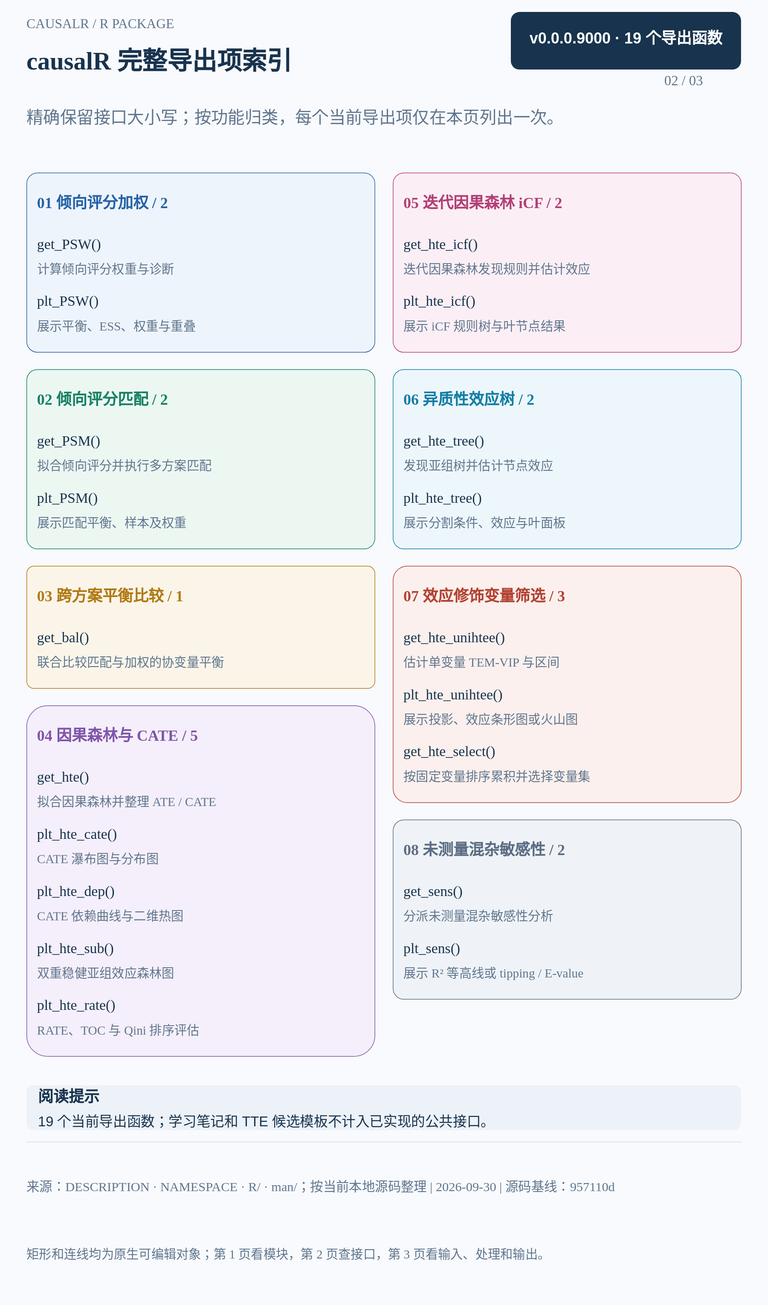
Before: assets/module-maps/causalr/causalr-package-mindmap-p2.drawio.svg, a diagram exported from draw.io (HUI950319/Rnotes). Source tidied: cells renumbered, new cells last; positions are measured from the earlier drawing's top-left corner, leaving out a move shared by most shapes.
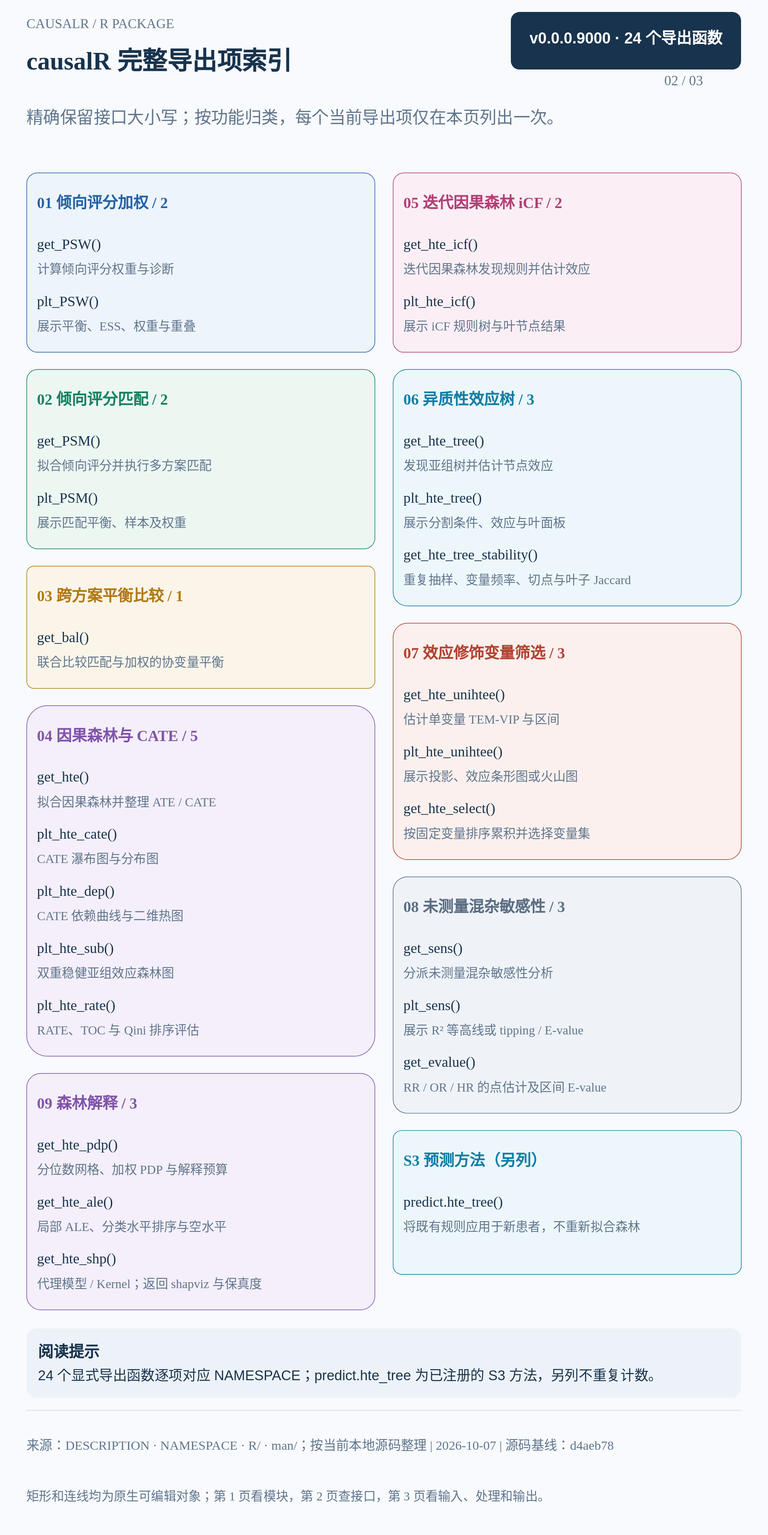
Later version of the same file.

What changed in the source:
```diff
@@ -3,7 +3,7 @@
     <mxCell id="0" />
     <mxCell id="1" parent="0" />
     <mxCell id="2" style="whiteSpace=wrap;html=1;fontFamily=Microsoft YaHei;overflow=hidden;fillColor=#F8FAFD;strokeColor=none;" parent="1" vertex="1">
-      <mxGeometry width="1600" height="2720" as="geometry" />
+      <mxGeometry width="1600" height="3200" as="geometry" />
     </mxCell>
     <mxCell id="3" value="CAUSALR / R PACKAGE" style="whiteSpace=wrap;html=1;fontFamily=Microsoft YaHei;overflow=hidden;text;fillColor=none;strokeColor=none;align=left;verticalAlign=middle;fontSize=28;fontColor=#60758D;fontStyle=0;spacing=0;" parent="1" vertex="1">
       <mxGeometry x="55" y="25" width="1490" height="48" as="geometry" />
@@ -14,20 +14,20 @@
     <mxCell id="5" value="精确保留接口大小写；按功能归类，每个当前导出项仅在本页列出一次。" style="whiteSpace=wrap;html=1;fontFamily=Microsoft YaHei;overflow=hidden;text;fillColor=none;strokeColor=none;align=left;verticalAlign=middle;fontSize=35;fontColor=#60758D;fontStyle=0;spacing=0;" parent="1" vertex="1">
       <mxGeometry x="55" y="190" width="1490" height="110" as="geometry" />
     </mxCell>
-    <mxCell id="6" value="&lt;div style=&quot;overflow-wrap:anywhere;font-family:Microsoft YaHei,Arial;line-height:1.35;color:#FFFFFF&quot;&gt;&lt;div style=&quot;font-size:32px;font-weight:700;margin-bottom:10px&quot;&gt;v0.0.0.9000 · 19 个导出函数&lt;/div&gt;&lt;/div&gt;" style="whiteSpace=wrap;html=1;fontFamily=Microsoft YaHei;overflow=hidden;rounded=1;arcSize=15;fillColor=#18334D;strokeColor=none;fontColor=#FFFFFF;align=center;" parent="1" vertex="1">
+    <mxCell id="6" value="&lt;div style=&quot;overflow-wrap:anywhere;font-family:Microsoft YaHei,Arial;line-height:1.35;color:#FFFFFF&quot;&gt;&lt;div style=&quot;font-size:32px;font-weight:700;margin-bottom:10px&quot;&gt;v0.0.0.9000 · 24 个导出函数&lt;/div&gt;&lt;/div&gt;" style="whiteSpace=wrap;html=1;fontFamily=Microsoft YaHei;overflow=hidden;rounded=1;arcSize=15;fillColor=#18334D;strokeColor=none;fontColor=#FFFFFF;align=center;" parent="1" vertex="1">
       <mxGeometry x="1065" y="25" width="480" height="120" as="geometry" />
     </mxCell>
     <mxCell id="7" value="02 / 03" style="whiteSpace=wrap;html=1;fontFamily=Microsoft YaHei;overflow=hidden;text;fillColor=none;strokeColor=none;align=left;verticalAlign=middle;fontSize=29;fontColor=#60758D;fontStyle=0;spacing=0;" parent="1" vertex="1">
       <mxGeometry x="1385" y="145" width="160" height="46" as="geometry" />
     </mxCell>
     <mxCell id="8" style="whiteSpace=wrap;html=1;fontFamily=Microsoft YaHei;overflow=hidden;fillColor=#DCE5EF;strokeColor=none;" parent="1" vertex="1">
-      <mxGeometry x="55" y="2380" width="1490" height="2" as="geometry" />
+      <mxGeometry x="55" y="2940" width="1490" height="2" as="geometry" />
     </mxCell>
-    <mxCell id="9" value="来源：DESCRIPTION · NAMESPACE · R/ · man/；按当前本地源码整理 | 2026-09-30 | 源码基线：957110d" style="whiteSpace=wrap;html=1;fontFamily=Microsoft YaHei;overflow=hidden;text;fillColor=none;strokeColor=none;align=left;verticalAlign=middle;fontSize=27;fontColor=#60758D;fontStyle=0;spacing=0;" parent="1" vertex="1">
-      <mxGeometry x="55" y="2406" width="1490" height="138" as="geometry" />
+    <mxCell id="9" value="来源：DESCRIPTION · NAMESPACE · R/ · man/；按当前本地源码整理 | 2026-10-07 | 源码基线：d4aeb78" style="whiteSpace=wrap;html=1;fontFamily=Microsoft YaHei;overflow=hidden;text;fillColor=none;strokeColor=none;align=left;verticalAlign=middle;fontSize=27;fontColor=#60758D;fontStyle=0;spacing=0;" parent="1" vertex="1">
+      <mxGeometry x="55" y="2966" width="1490" height="95" as="geometry" />
     </mxCell>
     <mxCell id="10" value="矩形和连线均为原生可编辑对象；第 1 页看模块，第 2 页查接口，第 3 页看输入、处理和输出。" style="whiteSpace=wrap;html=1;fontFamily=Microsoft YaHei;overflow=hidden;text;fillColor=none;strokeColor=none;align=left;verticalAlign=middle;fontSize=26;fontColor=#60758D;fontStyle=0;spacing=0;" parent="1" vertex="1">
-      <mxGeometry x="55" y="2568" width="1490" height="93" as="geometry" />
+      <mxGeometry x="55" y="3085" width="1490" height="70" as="geometry" />
     </mxCell>
     <mxCell id="11" style="whiteSpace=wrap;html=1;fontFamily=Microsoft YaHei;overflow=hidden;rounded=1;arcSize=6;fillColor=#EEF4FC;strokeColor=#2563A6;strokeWidth=1.3;" parent="1" vertex="1">
       <mxGeometry x="55" y="360" width="726" height="374" as="geometry" />
@@ -132,9 +132,9 @@
       <mxGeometry x="22" y="297" width="682" height="45" as="geometry" />
     </mxCell>
     <mxCell id="45" style="whiteSpace=wrap;html=1;fontFamily=Microsoft YaHei;overflow=hidden;rounded=1;arcSize=6;fillColor=#EDF7FB;strokeColor=#117DA4;strokeWidth=1.3;" parent="1" vertex="1">
-      <mxGeometry x="819" y="770" width="726" height="374" as="geometry" />
+      <mxGeometry x="819" y="770" width="726" height="493" as="geometry" />
     </mxCell>
-    <mxCell id="46" value="&lt;div style=&quot;line-height:1.3;overflow-wrap:anywhere&quot;&gt;06 异质性效应树 / 2&lt;/div&gt;" style="whiteSpace=wrap;html=1;fontFamily=Microsoft YaHei;overflow=hidden;text;fillColor=none;strokeColor=none;align=left;verticalAlign=middle;fontColor=#117DA4;fontStyle=1;spacing=0;fontSize=32;" parent="45" vertex="1">
+    <mxCell id="46" value="&lt;div style=&quot;line-height:1.3;overflow-wrap:anywhere&quot;&gt;06 异质性效应树 / 3&lt;/div&gt;" style="whiteSpace=wrap;html=1;fontFamily=Microsoft YaHei;overflow=hidden;text;fillColor=none;strokeColor=none;align=left;verticalAlign=middle;fontColor=#117DA4;fontStyle=1;spacing=0;fontSize=32;" parent="45" vertex="1">
       <mxGeometry x="22" y="22" width="682" height="82" as="geometry" />
     </mxCell>
     <mxCell id="47" value="&lt;div style=&quot;line-height:1.3;overflow-wrap:anywhere&quot;&gt;get_hte_tree()&lt;/div&gt;" style="whiteSpace=wrap;html=1;fontFamily=Microsoft YaHei;overflow=hidden;text;fillColor=none;strokeColor=none;align=left;fontFamily=Consolas;fontColor=#18334D;spacing=0;fontSize=30;" parent="45" vertex="1">
@@ -149,8 +149,14 @@
     <mxCell id="50" value="&lt;div style=&quot;line-height:1.3;overflow-wrap:anywhere&quot;&gt;展示分割条件、效应与叶面板&lt;/div&gt;" style="whiteSpace=wrap;html=1;fontFamily=Microsoft YaHei;overflow=hidden;text;fillColor=none;strokeColor=none;align=left;verticalAlign=middle;fontColor=#60758D;fontStyle=0;spacing=0;fontSize=26;" parent="45" vertex="1">
       <mxGeometry x="22" y="297" width="682" height="45" as="geometry" />
     </mxCell>
+    <mxCell id="66" value="&lt;div style=&quot;line-height:1.3;overflow-wrap:anywhere&quot;&gt;get_hte_tree_stability()&lt;/div&gt;" style="whiteSpace=wrap;html=1;fontFamily=Microsoft YaHei;overflow=hidden;text;fillColor=none;strokeColor=none;align=left;fontFamily=Consolas;fontColor=#18334D;spacing=0;fontSize=30;" parent="45" vertex="1">
+      <mxGeometry x="22" y="362" width="682" height="50" as="geometry" />
+    </mxCell>
+    <mxCell id="67" value="&lt;div style=&quot;line-height:1.3;overflow-wrap:anywhere&quot;&gt;重复抽样、变量频率、切点与叶子 Jaccard&lt;/div&gt;" style="whiteSpace=wrap;html=1;fontFamily=Microsoft YaHei;overflow=hidden;text;fillColor=none;strokeColor=none;align=left;verticalAlign=middle;fontColor=#60758D;fontStyle=0;spacing=0;fontSize=26;" parent="45" vertex="1">
+      <mxGeometry x="22" y="416" width="682" height="45" as="geometry" />
+    </mxCell>
     <mxCell id="51" style="whiteSpace=wrap;html=1;fontFamily=Microsoft YaHei;overflow=hidden;rounded=1;arcSize=6;fillColor=#FBF0ED;strokeColor=#B34232;strokeWidth=1.3;" parent="1" vertex="1">
-      <mxGeometry x="819" y="1180" width="726" height="493" as="geometry" />
+      <mxGeometry x="819" y="1299" width="726" height="493" as="geometry" />
     </mxCell>
     <mxCell id="52" value="&lt;div style=&quot;line-height:1.3;overflow-wrap:anywhere&quot;&gt;07 效应修饰变量筛选 / 3&lt;/div&gt;" style="whiteSpace=wrap;html=1;fontFamily=Microsoft YaHei;overflow=hidden;text;fillColor=none;strokeColor=none;align=left;verticalAlign=middle;fontColor=#B34232;fontStyle=1;spacing=0;fontSize=32;" parent="51" vertex="1">
       <mxGeometry x="22" y="22" width="682" height="82" as="geometry" />
@@ -174,9 +180,9 @@
       <mxGeometry x="22" y="416" width="682" height="45" as="geometry" />
     </mxCell>
     <mxCell id="59" style="whiteSpace=wrap;html=1;fontFamily=Microsoft YaHei;overflow=hidden;rounded=1;arcSize=6;fillColor=#EFF3F7;strokeColor=#5C6D83;strokeWidth=1.3;" parent="1" vertex="1">
-      <mxGeometry x="819" y="1709" width="726" height="374" as="geometry" />
+      <mxGeometry x="819" y="1828" width="726" height="493" as="geometry" />
     </mxCell>
-    <mxCell id="60" value="&lt;div style=&quot;line-height:1.3;overflow-wrap:anywhere&quot;&gt;08 未测量混杂敏感性 / 2&lt;/div&gt;" style="whiteSpace=wrap;html=1;fontFamily=Microsoft YaHei;overflow=hidden;text;fillColor=none;strokeColor=none;align=left;verticalAlign=middle;fontColor=#5C6D83;fontStyle=1;spacing=0;fontSize=32;" parent="59" vertex="1">
+    <mxCell id="60" value="&lt;div style=&quot;line-height:1.3;overflow-wrap:anywhere&quot;&gt;08 未测量混杂敏感性 / 3&lt;/div&gt;" style="whiteSpace=wrap;html=1;fontFamily=Microsoft YaHei;overflow=hidden;text;fillColor=none;strokeColor=none;align=left;verticalAlign=middle;fontColor=#5C6D83;fontStyle=1;spacing=0;fontSize=32;" parent="59" vertex="1">
       <mxGeometry x="22" y="22" width="682" height="82" as="geometry" />
     </mxCell>
     <mxCell id="61" value="&lt;div style=&quot;line-height:1.3;overflow-wrap:anywhere&quot;&gt;get_sens()&lt;/div&gt;" style="whiteSpace=wrap;html=1;fontFamily=Microsoft YaHei;overflow=hidden;text;fillColor=none;strokeColor=none;align=left;fontFamily=Consolas;fontColor=#18334D;spacing=0;fontSize=30;" parent="59" vertex="1">
@@ -191,8 +197,50 @@
     <mxCell id="64" value="&lt;div style=&quot;line-height:1.3;overflow-wrap:anywhere&quot;&gt;展示 R² 等高线或 tipping / E-value&lt;/div&gt;" style="whiteSpace=wrap;html=1;fontFamily=Microsoft YaHei;overflow=hidden;text;fillColor=none;strokeColor=none;align=left;verticalAlign=middle;fontColor=#60758D;fontStyle=0;spacing=0;fontSize=26;" parent="59" vertex="1">
       <mxGeometry x="22" y="297" width="682" height="45" as="geometry" />
     </mxCell>
+    <mxCell id="68" value="&lt;div style=&quot;line-height:1.3;overflow-wrap:anywhere&quot;&gt;get_evalue()&lt;/div&gt;" style="whiteSpace=wrap;html=1;fontFamily=Microsoft YaHei;overflow=hidden;text;fillColor=none;strokeColor=none;align=left;fontFamily=Consolas;fontColor=#18334D;spacing=0;fontSize=30;" parent="59" vertex="1">
+      <mxGeometry x="22" y="362" width="682" height="50" as="geometry" />
+    </mxCell>
+    <mxCell id="69" value="&lt;div style=&quot;line-height:1.3;overflow-wrap:anywhere&quot;&gt;RR / OR / HR 的点估计及区间 E-value&lt;/div&gt;" style="whiteSpace=wrap;html=1;fontFamily=Microsoft YaHei;overflow=hidden;text;fillColor=none;strokeColor=none;align=left;verticalAlign=middle;fontColor=#60758D;fontStyle=0;spacing=0;fontSize=26;" parent="59" vertex="1">
+      <mxGeometry x="22" y="416" width="682" height="45" as="geometry" />
+    </mxCell>
-    <mxCell id="65" value="&lt;div style=&quot;overflow-wrap:anywhere;font-family:Microsoft YaHei,Arial;line-height:1.35;color:#18334D&quot;&gt;&lt;div style=&quot;font-size:32px;font-weight:700;margin-bottom:10px&quot;&gt;阅读提示&lt;/div&gt;&lt;div style=&quot;font-family:Microsoft YaHei,Arial;font-size:29px;margin-top:5px&quot;&gt;19 个当前导出函数；学习笔记和 TTE 候选模板不计入已实现的公共接口。&lt;/div&gt;&lt;/div&gt;" style="whiteSpace=wrap;html=1;fontFamily=Microsoft YaHei;overflow=hidden;rounded=1;fillColor=#EDF2F8;strokeColor=none;align=left;spacingLeft=22;spacingRight=20;" parent="1" vertex="1">
-      <mxGeometry x="55" y="2263" width="1490" height="93" as="geometry" />
+    <mxCell id="65" value="&lt;div style=&quot;overflow-wrap:anywhere;font-family:Microsoft YaHei,Arial;line-height:1.3;color:#18334D&quot;&gt;&lt;div style=&quot;font-size:32px;font-weight:700;margin-bottom:10px&quot;&gt;阅读提示&lt;/div&gt;&lt;div style=&quot;font-size:29px;margin-top:5px&quot;&gt;24 个显式导出函数逐项对应 NAMESPACE；predict.hte_tree 为已注册的 S3 方法，另列不重复计数。&lt;/div&gt;&lt;/div&gt;" style="whiteSpace=wrap;html=1;fontFamily=Microsoft YaHei;overflow=hidden;rounded=1;fillColor=#EDF2F8;strokeColor=none;align=left;spacingLeft=22;spacingRight=20;" parent="1" vertex="1">
+      <mxGeometry x="55" y="2770" width="1490" height="145" as="geometry" />
     </mxCell>
+    <mxCell id="70" style="whiteSpace=wrap;html=1;fontFamily=Microsoft YaHei;overflow=hidden;rounded=1;arcSize=6;fillColor=#F4EFFA;strokeColor=#8054AA;strokeWidth=1.3;" parent="1" vertex="1">
+      <mxGeometry x="55" y="2238" width="726" height="493" as="geometry" />
+    </mxCell>
+    <mxCell id="71" value="&lt;div style=&quot;line-height:1.3;overflow-wrap:anywhere&quot;&gt;09 森林解释 / 3&lt;/div&gt;" style="whiteSpace=wrap;html=1;fontFamily=Microsoft YaHei;overflow=hidden;text;fillColor=none;strokeColor=none;align=left;verticalAlign=middle;fontColor=#8054AA;fontStyle=1;spacing=0;fontSize=32;" parent="70" vertex="1">
+      <mxGeometry x="22" y="22" width="682" height="82" as="geometry" />
+    </mxCell>
+    <mxCell id="72" value="&lt;div style=&quot;line-height:1.3;overflow-wrap:anywhere&quot;&gt;get_hte_pdp()&lt;/div&gt;" style="whiteSpace=wrap;html=1;fontFamily=Microsoft YaHei;overflow=hidden;text;fillColor=none;strokeColor=none;align=left;fontFamily=Consolas;fontColor=#18334D;spacing=0;fontSize=30;" parent="70" vertex="1">
+      <mxGeometry x="22" y="124" width="682" height="50" as="geometry" />
+    </mxCell>
+    <mxCell id="73" value="&lt;div style=&quot;line-height:1.3;overflow-wrap:anywhere&quot;&gt;分位数网格、加权 PDP 与解释预算&lt;/div&gt;" style="whiteSpace=wrap;html=1;fontFamily=Microsoft YaHei;overflow=hidden;text;fillColor=none;strokeColor=none;align=left;verticalAlign=middle;fontColor=#60758D;fontStyle=0;spacing=0;fontSize=26;" parent="70" vertex="1">
+      <mxGeometry x="22" y="178" width="682" height="45" as="geometry" />
+    </mxCell>
+    <mxCell id="74" value="&lt;div style=&quot;line-height:1.3;overflow-wrap:anywhere&quot;&gt;get_hte_ale()&lt;/div&gt;" style="whiteSpace=wrap;html=1;fontFamily=Microsoft YaHei;overflow=hidden;text;fillColor=none;strokeColor=none;align=left;fontFamily=Consolas;fontColor=#18334D;spacing=0;fontSize=30;" parent="70" vertex="1">
+      <mxGeometry x="22" y="243" width="682" height="50" as="geometry" />
+    </mxCell>
+    <mxCell id="75" value="&lt;div style=&quot;line-height:1.3;overflow-wrap:anywhere&quot;&gt;局部 ALE、分类水平排序与空水平&lt;/div&gt;" style="whiteSpace=wrap;html=1;fontFamily=Microsoft YaHei;overflow=hidden;text;fillColor=none;strokeColor=none;align=left;verticalAlign=middle;fontColor=#60758D;fontStyle=0;spacing=0;fontSize=26;" parent="70" vertex="1">
+      <mxGeometry x="22" y="297" width="682" height="45" as="geometry" />
+    </mxCell>
+    <mxCell id="76" value="&lt;div style=&quot;line-height:1.3;overflow-wrap:anywhere&quot;&gt;get_hte_shp()&lt;/div&gt;" style="whiteSpace=wrap;html=1;fontFamily=Microsoft YaHei;overflow=hidden;text;fillColor=none;strokeColor=none;align=left;fontFamily=Consolas;fontColor=#18334D;spacing=0;fontSize=30;" parent="70" vertex="1">
+      <mxGeometry x="22" y="362" width="682" height="50" as="geometry" />
+    </mxCell>
+    <mxCell id="77" value="&lt;div style=&quot;line-height:1.3;overflow-wrap:anywhere&quot;&gt;代理模型 / Kernel；返回 shapviz 与保真度&lt;/div&gt;" style="whiteSpace=wrap;html=1;fontFamily=Microsoft YaHei;overflow=hidden;text;fillColor=none;strokeColor=none;align=left;verticalAlign=middle;fontColor=#60758D;fontStyle=0;spacing=0;fontSize=26;" parent="70" vertex="1">
+      <mxGeometry x="22" y="416" width="682" height="45" as="geometry" />
+    </mxCell>
+    <mxCell id="78" style="whiteSpace=wrap;html=1;fontFamily=Microsoft YaHei;overflow=hidden;rounded=1;arcSize=6;fillColor=#EDF7FB;strokeColor=#117DA4;strokeWidth=1.3;" parent="1" vertex="1">
+      <mxGeometry x="819" y="2357" width="726" height="300" as="geometry" />
+    </mxCell>
+    <mxCell id="79" value="&lt;div style=&quot;line-height:1.3;overflow-wrap:anywhere&quot;&gt;S3 预测方法（另列）&lt;/div&gt;" style="whiteSpace=wrap;html=1;fontFamily=Microsoft YaHei;overflow=hidden;text;fillColor=none;strokeColor=none;align=left;verticalAlign=middle;fontColor=#117DA4;fontStyle=1;spacing=0;fontSize=32;" parent="78" vertex="1">
+      <mxGeometry x="22" y="22" width="682" height="82" as="geometry" />
+    </mxCell>
+    <mxCell id="80" value="&lt;div style=&quot;line-height:1.3;overflow-wrap:anywhere&quot;&gt;predict.hte_tree()&lt;/div&gt;" style="whiteSpace=wrap;html=1;fontFamily=Microsoft YaHei;overflow=hidden;text;fillColor=none;strokeColor=none;align=left;fontFamily=Consolas;fontColor=#18334D;spacing=0;fontSize=30;" parent="78" vertex="1">
+      <mxGeometry x="22" y="124" width="682" height="50" as="geometry" />
+    </mxCell>
+    <mxCell id="81" value="&lt;div style=&quot;line-height:1.3;overflow-wrap:anywhere&quot;&gt;将既有规则应用于新患者，不重新拟合森林&lt;/div&gt;" style="whiteSpace=wrap;html=1;fontFamily=Microsoft YaHei;overflow=hidden;text;fillColor=none;strokeColor=none;align=left;verticalAlign=middle;fontColor=#60758D;fontStyle=0;spacing=0;fontSize=26;" parent="78" vertex="1">
+      <mxGeometry x="22" y="178" width="682" height="45" as="geometry" />
+    </mxCell>
   </root>
 </mxGraphModel>
```
